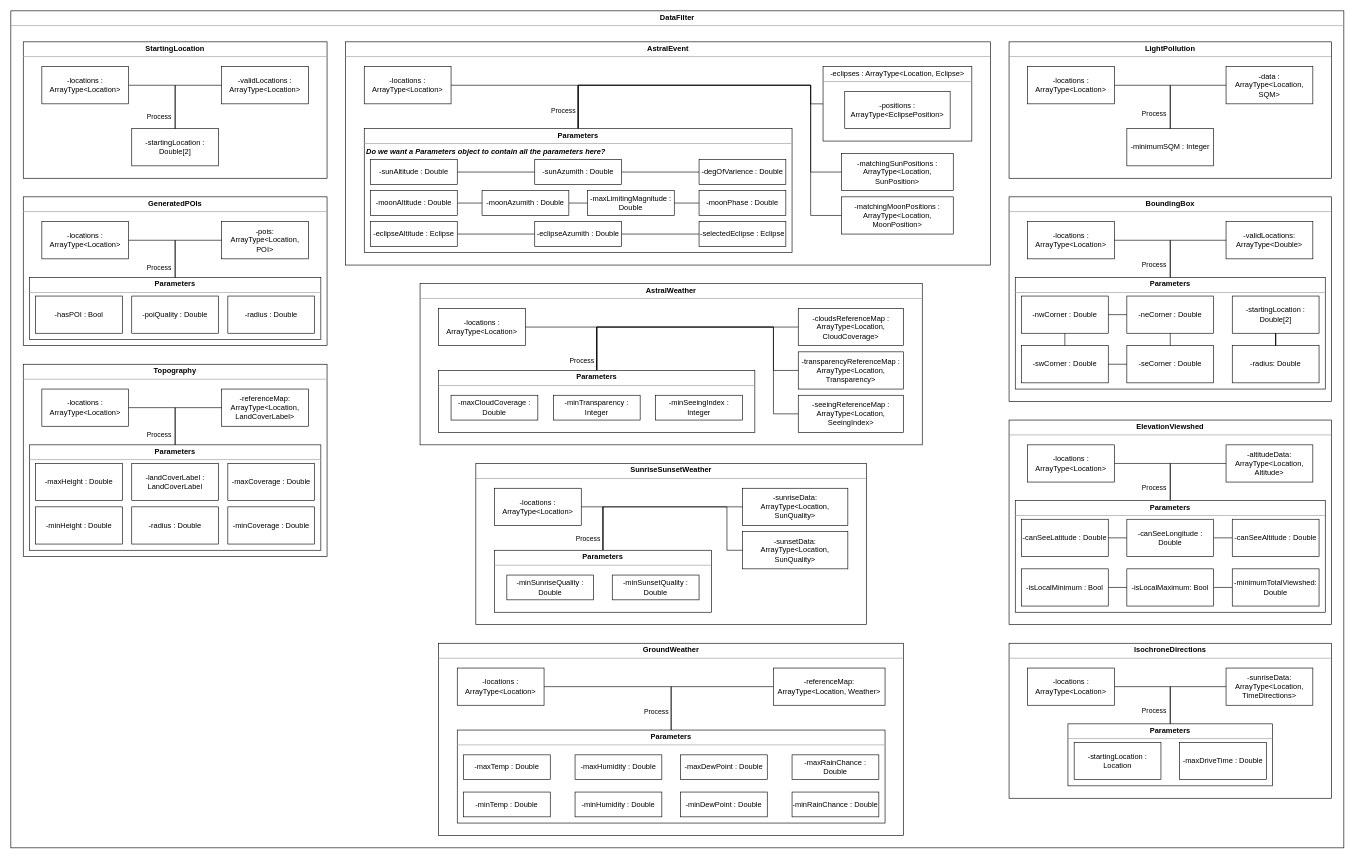
ALEEF02/PrecisionLocationProcessor keeps this draw.io diagram as UML/DrawIO/CompositeStructureDiagram.drawio. Above is the earlier version. Source tidied: cells renumbered, new cells numbered last; positions are measured from the earlier drawing's top-left corner, leaving out a move shared by most shapes. Both pictures are drawn from the tidied source at 62%, with x=0, y=0 at pixel (11, 11).
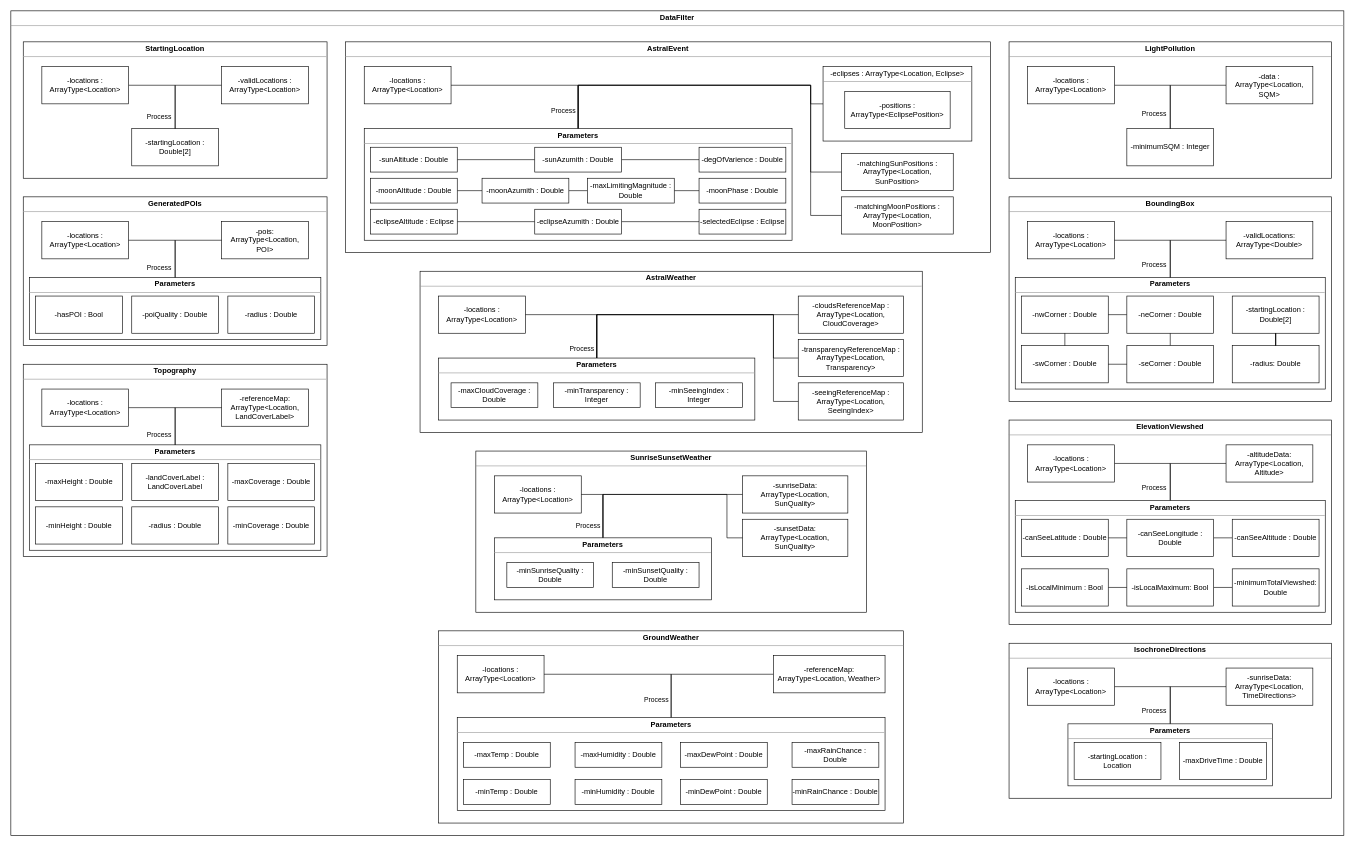
After the change.

Commit message:
Remove note from AstralEvent's Parameters

The change refers to these unchanged cells:
```xml
<mxCell id="21" style="group;" parent="1" vertex="1">
  <mxGeometry x="570" y="190" width="690" height="200" as="geometry" />
</mxCell>
```

What changed in the source:
```diff
@@
     <mxCell id="2" value="&lt;p style=&quot;margin:0px;margin-top:4px;text-align:center;&quot;&gt;&lt;b&gt;DataFilter&lt;/b&gt;&lt;/p&gt;&lt;hr size=&quot;1&quot;&gt;&lt;div style=&quot;height:2px;&quot;&gt;&lt;br&gt;&lt;/div&gt;" style="verticalAlign=top;align=left;overflow=fill;fontSize=12;fontFamily=Helvetica;html=1;whiteSpace=wrap;" parent="1" vertex="1">
-      <mxGeometry width="2150" height="1350" as="geometry" />
+      <mxGeometry width="2150" height="1330" as="geometry" />
     </mxCell>
@@
     <mxCell id="10" value="&lt;p style=&quot;margin:0px;margin-top:4px;text-align:center;&quot;&gt;&lt;b&gt;AstralEvent&lt;/b&gt;&lt;/p&gt;&lt;hr size=&quot;1&quot;&gt;&lt;div style=&quot;height:2px;&quot;&gt;&lt;br&gt;&lt;/div&gt;" style="verticalAlign=top;align=left;overflow=fill;fontSize=12;fontFamily=Helvetica;html=1;whiteSpace=wrap;" parent="1" vertex="1">
-      <mxGeometry x="540" y="50" width="1040" height="360" as="geometry" />
+      <mxGeometry x="540" y="50" width="1040" height="340" as="geometry" />
     </mxCell>
@@
-    <mxCell id="22" value="&lt;p style=&quot;margin:0px;margin-top:4px;text-align:center;&quot;&gt;&lt;b&gt;Parameters&lt;/b&gt;&lt;/p&gt;&lt;hr size=&quot;1&quot;&gt;&lt;div style=&quot;height:2px;&quot;&gt;&amp;nbsp;&lt;b&gt;&lt;i&gt;Do we want a Parameters object to contain all the parameters here?&lt;/i&gt;&lt;/b&gt;&lt;/div&gt;" style="verticalAlign=top;align=left;overflow=fill;fontSize=12;fontFamily=Helvetica;html=1;whiteSpace=wrap;" parent="21" vertex="1">
-      <mxGeometry width="690" height="200" as="geometry" />
+    <mxCell id="22" value="&lt;p style=&quot;margin:0px;margin-top:4px;text-align:center;&quot;&gt;&lt;b&gt;Parameters&lt;/b&gt;&lt;/p&gt;&lt;hr size=&quot;1&quot;&gt;&lt;div style=&quot;height:2px;&quot;&gt;&amp;nbsp;&lt;/div&gt;" style="verticalAlign=top;align=left;overflow=fill;fontSize=12;fontFamily=Helvetica;html=1;whiteSpace=wrap;" parent="21" vertex="1">
+      <mxGeometry width="690" height="180" as="geometry" />
     </mxCell>
@@
     <mxCell id="24" value="-sunAltitude : Double" style="html=1;whiteSpace=wrap;" parent="21" vertex="1">
-      <mxGeometry x="10" y="50" width="140" height="40" as="geometry" />
+      <mxGeometry x="10" y="30" width="140" height="40" as="geometry" />
     </mxCell>
@@
     <mxCell id="26" value="-sunAzumith : Double" style="html=1;whiteSpace=wrap;" parent="21" vertex="1">
-      <mxGeometry x="275" y="50" width="140" height="40" as="geometry" />
+      <mxGeometry x="275" y="30" width="140" height="40" as="geometry" />
     </mxCell>
@@
     <mxCell id="28" value="-moonAltitude : Double" style="html=1;whiteSpace=wrap;" parent="21" vertex="1">
-      <mxGeometry x="10" y="100" width="140" height="40" as="geometry" />
+      <mxGeometry x="10" y="80" width="140" height="40" as="geometry" />
     </mxCell>
@@
     <mxCell id="30" value="-moonAzumith : Double" style="html=1;whiteSpace=wrap;" parent="21" vertex="1">
-      <mxGeometry x="190" y="100" width="140" height="40" as="geometry" />
+      <mxGeometry x="190" y="80" width="140" height="40" as="geometry" />
     </mxCell>
     <mxCell id="31" value="-degOfVarience : Double" style="html=1;whiteSpace=wrap;" parent="21" vertex="1">
-      <mxGeometry x="540" y="50" width="140" height="40" as="geometry" />
+      <mxGeometry x="540" y="30" width="140" height="40" as="geometry" />
     </mxCell>
     <mxCell id="32" value="-moonPhase : Double" style="html=1;whiteSpace=wrap;" parent="21" vertex="1">
-      <mxGeometry x="540" y="100" width="140" height="40" as="geometry" />
+      <mxGeometry x="540" y="80" width="140" height="40" as="geometry" />
     </mxCell>
     <mxCell id="33" value="-selectedEclipse : Eclipse" style="html=1;whiteSpace=wrap;" parent="21" vertex="1">
-      <mxGeometry x="540" y="150" width="140" height="40" as="geometry" />
+      <mxGeometry x="540" y="130" width="140" height="40" as="geometry" />
     </mxCell>
@@
     <mxCell id="35" value="-eclipseAltitude : Eclipse" style="html=1;whiteSpace=wrap;" parent="21" vertex="1">
-      <mxGeometry x="10" y="150" width="140" height="40" as="geometry" />
+      <mxGeometry x="10" y="130" width="140" height="40" as="geometry" />
     </mxCell>
@@
     <mxCell id="37" value="-eclipseAzumith : Double" style="html=1;whiteSpace=wrap;" parent="21" vertex="1">
-      <mxGeometry x="275" y="150" width="140" height="40" as="geometry" />
+      <mxGeometry x="275" y="130" width="140" height="40" as="geometry" />
     </mxCell>
@@
     <mxCell id="39" value="-maxLimitingMagnitude : Double" style="html=1;whiteSpace=wrap;" parent="21" vertex="1">
-      <mxGeometry x="360" y="100" width="140" height="40" as="geometry" />
+      <mxGeometry x="360" y="80" width="140" height="40" as="geometry" />
     </mxCell>
@@
     <mxCell id="83" style="group;" parent="1" vertex="1">
-      <mxGeometry x="660" y="440" width="810" height="260" as="geometry" />
+      <mxGeometry x="660" y="420" width="810" height="260" as="geometry" />
     </mxCell>
@@
     <mxCell id="130" value="&lt;p style=&quot;margin:0px;margin-top:4px;text-align:center;&quot;&gt;&lt;b&gt;SunriseSunsetWeather&lt;/b&gt;&lt;/p&gt;&lt;hr size=&quot;1&quot;&gt;&lt;div style=&quot;height:2px;&quot;&gt;&lt;br&gt;&lt;/div&gt;" style="verticalAlign=top;align=left;overflow=fill;fontSize=12;fontFamily=Helvetica;html=1;whiteSpace=wrap;" parent="1" vertex="1">
-      <mxGeometry x="750" y="730" width="630" height="260" as="geometry" />
+      <mxGeometry x="750" y="710" width="630" height="260" as="geometry" />
     </mxCell>
     <mxCell id="131" value="-sunriseData: ArrayType&amp;lt;Location, SunQuality&amp;gt;" style="html=1;whiteSpace=wrap;" parent="1" vertex="1">
-      <mxGeometry x="1180" y="770" width="170" height="60" as="geometry" />
+      <mxGeometry x="1180" y="750" width="170" height="60" as="geometry" />
     </mxCell>
     <mxCell id="132" value="-sunsetData: ArrayType&amp;lt;Location, SunQuality&amp;gt;" style="html=1;whiteSpace=wrap;" parent="1" vertex="1">
-      <mxGeometry x="1180" y="840" width="170" height="60" as="geometry" />
+      <mxGeometry x="1180" y="820" width="170" height="60" as="geometry" />
     </mxCell>
     <mxCell id="133" value="-locations : ArrayType&amp;lt;Location&amp;gt;" style="html=1;whiteSpace=wrap;" parent="1" vertex="1">
-      <mxGeometry x="780" y="770" width="140" height="60" as="geometry" />
+      <mxGeometry x="780" y="750" width="140" height="60" as="geometry" />
     </mxCell>
     <mxCell id="134" style="edgeStyle=orthogonalEdgeStyle;rounded=0;jettySize=auto;html=1;exitX=0;exitY=0.5;exitDx=0;exitDy=0;entryX=0.5;entryY=0;entryDx=0;entryDy=0;endArrow=none;endFill=0;" parent="1" edge="1" source="131" target="138">
       <mxGeometry relative="1" as="geometry">
         <Array as="points">
-          <mxPoint x="955" y="800" />
+          <mxPoint x="955" y="780" />
         </Array>
       </mxGeometry>
     </mxCell>
     <mxCell id="135" style="edgeStyle=orthogonalEdgeStyle;rounded=0;jettySize=auto;html=1;exitX=0;exitY=0.5;exitDx=0;exitDy=0;entryX=0.5;entryY=0;entryDx=0;entryDy=0;endArrow=none;endFill=0;" parent="1" edge="1" source="132" target="138">
       <mxGeometry relative="1" as="geometry">
         <Array as="points">
-          <mxPoint x="1155" y="870" />
-          <mxPoint x="1155" y="800" />
-          <mxPoint x="955" y="800" />
+          <mxPoint x="1155" y="850" />
+          <mxPoint x="1155" y="780" />
+          <mxPoint x="955" y="780" />
         </Array>
       </mxGeometry>
     </mxCell>
@@
     <mxCell id="138" value="&lt;p style=&quot;margin:0px;margin-top:4px;text-align:center;&quot;&gt;&lt;b&gt;Parameters&lt;/b&gt;&lt;/p&gt;&lt;hr size=&quot;1&quot;&gt;&lt;div style=&quot;height:2px;&quot;&gt;&amp;nbsp;&lt;/div&gt;" style="verticalAlign=top;align=left;overflow=fill;fontSize=12;fontFamily=Helvetica;html=1;whiteSpace=wrap;" parent="1" vertex="1">
-      <mxGeometry x="780" y="870" width="350" height="100" as="geometry" />
+      <mxGeometry x="780" y="850" width="350" height="100" as="geometry" />
     </mxCell>
     <mxCell id="139" value="-minSunriseQuality : Double" style="html=1;whiteSpace=wrap;" parent="1" vertex="1">
-      <mxGeometry x="800" y="910" width="140" height="40" as="geometry" />
+      <mxGeometry x="800" y="890" width="140" height="40" as="geometry" />
     </mxCell>
     <mxCell id="140" value="-minSunsetQuality : Double" style="html=1;whiteSpace=wrap;" parent="1" vertex="1">
-      <mxGeometry x="970" y="910" width="140" height="40" as="geometry" />
+      <mxGeometry x="970" y="890" width="140" height="40" as="geometry" />
     </mxCell>
     <mxCell id="141" value="&lt;p style=&quot;margin:0px;margin-top:4px;text-align:center;&quot;&gt;&lt;b&gt;GroundWeather&lt;/b&gt;&lt;/p&gt;&lt;hr size=&quot;1&quot;&gt;&lt;div style=&quot;height:2px;&quot;&gt;&lt;br&gt;&lt;/div&gt;" style="verticalAlign=top;align=left;overflow=fill;fontSize=12;fontFamily=Helvetica;html=1;whiteSpace=wrap;" parent="1" vertex="1">
-      <mxGeometry x="690" y="1020" width="750" height="310" as="geometry" />
+      <mxGeometry x="690" y="1000" width="750" height="310" as="geometry" />
     </mxCell>
     <mxCell id="142" style="edgeStyle=orthogonalEdgeStyle;rounded=0;jettySize=auto;html=1;exitX=0;exitY=0.5;exitDx=0;exitDy=0;entryX=0.5;entryY=0;entryDx=0;entryDy=0;endArrow=none;endFill=0;" parent="1" edge="1" source="143" target="147">
       <mxGeometry relative="1" as="geometry">
         <Array as="points">
-          <mxPoint x="1065" y="1090" />
+          <mxPoint x="1065" y="1070" />
         </Array>
       </mxGeometry>
     </mxCell>
     <mxCell id="143" value="&lt;div&gt;-referenceMap: ArrayType&amp;lt;Location, Weather&amp;gt;&lt;/div&gt;" style="html=1;whiteSpace=wrap;" parent="1" vertex="1">
-      <mxGeometry x="1230" y="1060" width="180" height="60" as="geometry" />
+      <mxGeometry x="1230" y="1040" width="180" height="60" as="geometry" />
     </mxCell>
@@
     <mxCell id="146" value="-locations : ArrayType&amp;lt;Location&amp;gt;" style="html=1;whiteSpace=wrap;" parent="1" vertex="1">
-      <mxGeometry x="720" y="1060" width="140" height="60" as="geometry" />
+      <mxGeometry x="720" y="1040" width="140" height="60" as="geometry" />
     </mxCell>
     <mxCell id="147" value="&lt;p style=&quot;margin:0px;margin-top:4px;text-align:center;&quot;&gt;&lt;b&gt;Parameters&lt;/b&gt;&lt;/p&gt;&lt;hr size=&quot;1&quot;&gt;&lt;div style=&quot;height:2px;&quot;&gt;&amp;nbsp;&lt;/div&gt;" style="verticalAlign=top;align=left;overflow=fill;fontSize=12;fontFamily=Helvetica;html=1;whiteSpace=wrap;" parent="1" vertex="1">
-      <mxGeometry x="720" y="1160" width="690" height="150" as="geometry" />
+      <mxGeometry x="720" y="1140" width="690" height="150" as="geometry" />
     </mxCell>
     <mxCell id="148" value="-maxTemp : Double" style="html=1;whiteSpace=wrap;" parent="1" vertex="1">
-      <mxGeometry x="730" y="1200" width="140" height="40" as="geometry" />
+      <mxGeometry x="730" y="1180" width="140" height="40" as="geometry" />
     </mxCell>
     <mxCell id="149" value="-maxHumidity : Double" style="html=1;whiteSpace=wrap;" parent="1" vertex="1">
-      <mxGeometry x="910" y="1200" width="140" height="40" as="geometry" />
+      <mxGeometry x="910" y="1180" width="140" height="40" as="geometry" />
     </mxCell>
     <mxCell id="150" value="-minTemp : Double" style="html=1;whiteSpace=wrap;" parent="1" vertex="1">
-      <mxGeometry x="730" y="1260" width="140" height="40" as="geometry" />
+      <mxGeometry x="730" y="1240" width="140" height="40" as="geometry" />
     </mxCell>
     <mxCell id="151" value="-minHumidity : Double" style="html=1;whiteSpace=wrap;" parent="1" vertex="1">
-      <mxGeometry x="910" y="1260" width="140" height="40" as="geometry" />
+      <mxGeometry x="910" y="1240" width="140" height="40" as="geometry" />
     </mxCell>
     <mxCell id="152" value="-maxRainChance : Double" style="html=1;whiteSpace=wrap;" parent="1" vertex="1">
-      <mxGeometry x="1260" y="1200" width="140" height="40" as="geometry" />
+      <mxGeometry x="1260" y="1180" width="140" height="40" as="geometry" />
     </mxCell>
     <mxCell id="153" value="-minRainChance : Double" style="html=1;whiteSpace=wrap;" parent="1" vertex="1">
-      <mxGeometry x="1260" y="1260" width="140" height="40" as="geometry" />
+      <mxGeometry x="1260" y="1240" width="140" height="40" as="geometry" />
     </mxCell>
     <mxCell id="154" value="-minDewPoint : Double" style="html=1;whiteSpace=wrap;" parent="1" vertex="1">
-      <mxGeometry x="1080" y="1260" width="140" height="40" as="geometry" />
+      <mxGeometry x="1080" y="1240" width="140" height="40" as="geometry" />
     </mxCell>
     <mxCell id="155" value="-maxDewPoint : Double" style="html=1;whiteSpace=wrap;" parent="1" vertex="1">
-      <mxGeometry x="1080" y="1200" width="140" height="40" as="geometry" />
+      <mxGeometry x="1080" y="1180" width="140" height="40" as="geometry" />
     </mxCell>
```
